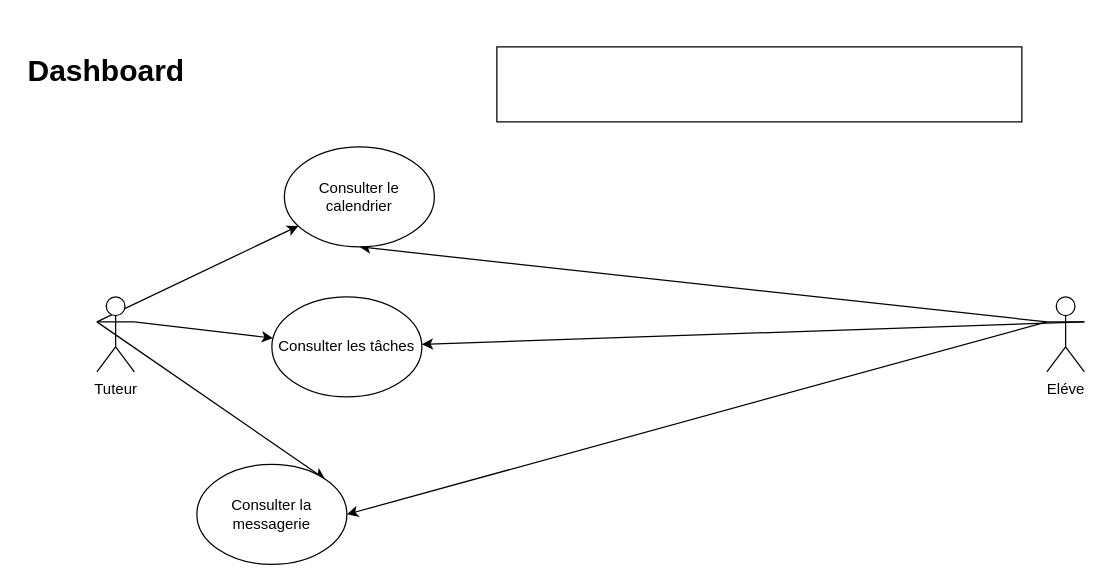
The draw.io diagram page "Dashboard" (3 of 6) of P10Uml.drawio in tetyanachouteau/P10LHome, before the edit. Source tidied: cells renumbered, new cells numbered last; positions are measured from the earlier drawing's top-left corner, leaving out a move shared by most shapes. Both pictures are drawn from the tidied source at 125%, with x=0, y=0 at pixel (21, 46).
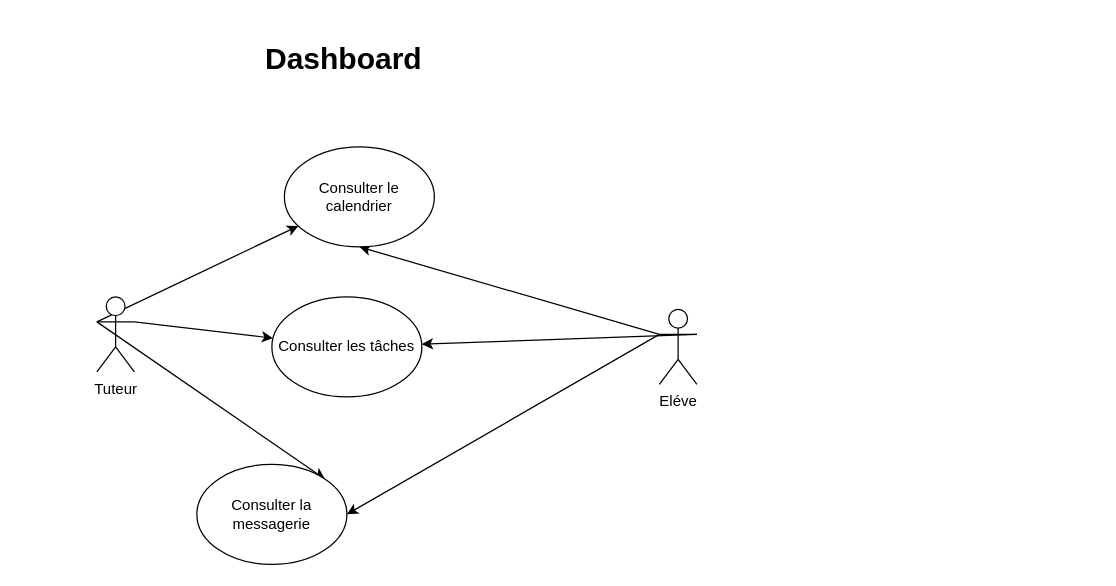
After the change.

Change to the diagram source:
```diff
@@
 <mxGraphModel>
   <root>
     <mxCell id="0" />
     <mxCell id="1" parent="0" />
     <mxCell id="2" style="edgeStyle=none;rounded=0;jettySize=auto;html=1;exitX=0;exitY=0.3333333333333333;exitDx=0;exitDy=0;exitPerimeter=0;entryX=1;entryY=0;entryDx=0;entryDy=0;" parent="1" edge="1" source="5" target="10">
       <mxGeometry relative="1" as="geometry" />
     </mxCell>
     <mxCell id="3" style="edgeStyle=none;rounded=0;jettySize=auto;html=1;exitX=1;exitY=0.3333333333333333;exitDx=0;exitDy=0;exitPerimeter=0;" parent="1" edge="1" source="5" target="12">
       <mxGeometry relative="1" as="geometry" />
     </mxCell>
     <mxCell id="4" style="edgeStyle=none;rounded=0;jettySize=auto;html=1;exitX=0;exitY=0.3333333333333333;exitDx=0;exitDy=0;exitPerimeter=0;" parent="1" edge="1" source="5" target="11">
       <mxGeometry relative="1" as="geometry" />
     </mxCell>
     <mxCell id="5" value="Tuteur" style="shape=umlActor;verticalLabelPosition=bottom;verticalAlign=top;html=1;outlineConnect=0;" parent="1" vertex="1">
       <mxGeometry x="60" y="200" width="30" height="60" as="geometry" />
     </mxCell>
     <mxCell id="6" style="edgeStyle=none;rounded=0;jettySize=auto;html=1;exitX=0;exitY=0.3333333333333333;exitDx=0;exitDy=0;exitPerimeter=0;entryX=1;entryY=0.5;entryDx=0;entryDy=0;" parent="1" edge="1" source="9" target="10">
       <mxGeometry relative="1" as="geometry" />
     </mxCell>
     <mxCell id="7" style="edgeStyle=none;rounded=0;jettySize=auto;html=1;exitX=1;exitY=0.3333333333333333;exitDx=0;exitDy=0;exitPerimeter=0;" parent="1" edge="1" source="9" target="12">
       <mxGeometry relative="1" as="geometry" />
     </mxCell>
     <mxCell id="8" style="edgeStyle=none;rounded=0;jettySize=auto;html=1;exitX=0;exitY=0.3333333333333333;exitDx=0;exitDy=0;exitPerimeter=0;entryX=0.5;entryY=1;entryDx=0;entryDy=0;" parent="1" edge="1" source="9" target="11">
       <mxGeometry relative="1" as="geometry" />
     </mxCell>
     <mxCell id="9" value="Eléve" style="shape=umlActor;verticalLabelPosition=bottom;verticalAlign=top;html=1;outlineConnect=0;" parent="1" vertex="1">
-      <mxGeometry x="820" y="200" width="30" height="60" as="geometry" />
+      <mxGeometry x="510" y="210" width="30" height="60" as="geometry" />
     </mxCell>
     <mxCell id="10" value="Consulter la messagerie" style="ellipse;whiteSpace=wrap;html=1;" parent="1" vertex="1">
       <mxGeometry x="140" y="334" width="120" height="80" as="geometry" />
     </mxCell>
     <mxCell id="11" value="Consulter le calendrier" style="ellipse;whiteSpace=wrap;html=1;" parent="1" vertex="1">
       <mxGeometry x="210" y="80" width="120" height="80" as="geometry" />
     </mxCell>
     <mxCell id="12" value="Consulter les tâches" style="ellipse;whiteSpace=wrap;html=1;" parent="1" vertex="1">
       <mxGeometry x="200" y="200" width="120" height="80" as="geometry" />
     </mxCell>
     <mxCell id="13" value="&lt;h1&gt;Dashboard&lt;/h1&gt;" style="text;html=1;strokeColor=none;fillColor=none;spacing=5;spacingTop=-20;whiteSpace=wrap;overflow=hidden;rounded=0;" parent="1" vertex="1">
-      <mxGeometry width="190" height="120" as="geometry" />
+      <mxGeometry x="190" y="-10" width="190" height="120" as="geometry" />
     </mxCell>
-    <mxCell id="14" style="rounded=0;whiteSpace=wrap;html=1;" parent="1" vertex="1">
-      <mxGeometry x="380" width="420" height="60" as="geometry" />
-    </mxCell>
   </root>
 </mxGraphModel>
```
